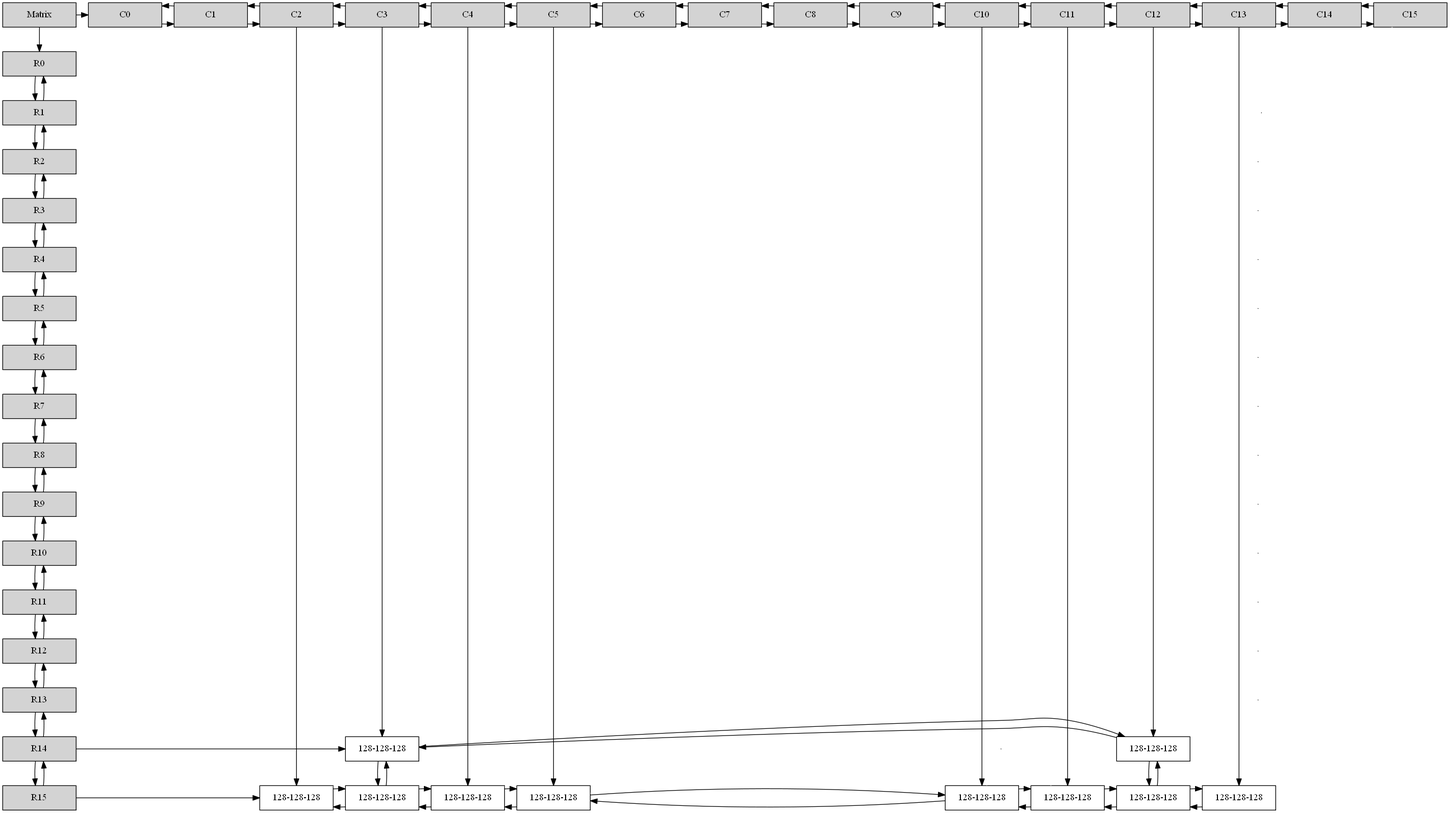
deathstroke021/EDD_2S2019_PY1_201503961 keeps this Graphviz diagram as Structures/traje.png. Above is the earlier version. Its source is kept beside it as Structures/traje.dot. Source of this version:
```dot
digraph Sparce_Matrix {
node [shape=box]
Mt[ label = "Matrix", width = 1.5, style = filled, group = 1 ];
e0[ shape = point, width = 0 ];
e1[ shape = point, width = 0 ];
e2[ shape = point, width = 0 ];
e3[ shape = point, width = 0 ];
e4[ shape = point, width = 0 ];
e5[ shape = point, width = 0 ];
e6[ shape = point, width = 0 ];
e7[ shape = point, width = 0 ];
e8[ shape = point, width = 0 ];
e9[ shape = point, width = 0 ];
e10[ shape = point, width = 0 ];
e11[ shape = point, width = 0 ];
e12[ shape = point, width = 0 ];
e13[ shape = point, width = 0 ];
A0[label ="C0" width = 1.5 style = filled, group =2];
A0->A1;
A1[label ="C1" width = 1.5 style = filled, group =3];
A1->A2;
A1->A0;
A2[label ="C2" width = 1.5 style = filled, group =4];
A2->A3;
A2->A1;
A3[label ="C3" width = 1.5 style = filled, group =5];
A3->A4;
A3->A2;
A4[label ="C4" width = 1.5 style = filled, group =6];
A4->A5;
A4->A3;
A5[label ="C5" width = 1.5 style = filled, group =7];
A5->A6;
A5->A4;
A6[label ="C6" width = 1.5 style = filled, group =8];
A6->A7;
A6->A5;
A7[label ="C7" width = 1.5 style = filled, group =9];
A7->A8;
A7->A6;
A8[label ="C8" width = 1.5 style = filled, group =10];
A8->A9;
A8->A7;
A9[label ="C9" width = 1.5 style = filled, group =11];
A9->A10;
A9->A8;
A10[label ="C10" width = 1.5 style = filled, group =12];
A10->A11;
A10->A9;
A11[label ="C11" width = 1.5 style = filled, group =13];
A11->A12;
A11->A10;
A12[label ="C12" width = 1.5 style = filled, group =14];
A12->A13;
A12->A11;
A13[label ="C13" width = 1.5 style = filled, group =15];
A13->A14;
A13->A12;
A14[label ="C14" width = 1.5 style = filled, group =16];
A14->A15;
A14->A13;
A15[label ="C15" width = 1.5 style = filled, group =17];
A15->A14;
{ rank = same; Mt; A0; A1; A2; A3; A4; A5; A6; A7; A8; A9; A10; A11; A12; A13; A14; A15; }
U0[label = "R0"    width = 1.5 style = filled, group = 1 ];
U0->U1;
U1[label = "R1"    width = 1.5 style = filled, group = 1 ];
U1->U2;
U1->U0;
U2[label = "R2"    width = 1.5 style = filled, group = 1 ];
U2->U3;
U2->U1;
U3[label = "R3"    width = 1.5 style = filled, group = 1 ];
U3->U4;
U3->U2;
U4[label = "R4"    width = 1.5 style = filled, group = 1 ];
U4->U5;
U4->U3;
U5[label = "R5"    width = 1.5 style = filled, group = 1 ];
U5->U6;
U5->U4;
U6[label = "R6"    width = 1.5 style = filled, group = 1 ];
U6->U7;
U6->U5;
U7[label = "R7"    width = 1.5 style = filled, group = 1 ];
U7->U8;
U7->U6;
U8[label = "R8"    width = 1.5 style = filled, group = 1 ];
U8->U9;
U8->U7;
U9[label = "R9"    width = 1.5 style = filled, group = 1 ];
U9->U10;
U9->U8;
U10[label = "R10"    width = 1.5 style = filled, group = 1 ];
U10->U11;
U10->U9;
U11[label = "R11"    width = 1.5 style = filled, group = 1 ];
U11->U12;
U11->U10;
U12[label = "R12"    width = 1.5 style = filled, group = 1 ];
U12->U13;
U12->U11;
U13[label = "R13"    width = 1.5 style = filled, group = 1 ];
U13->U14;
U13->U12;
U14[label = "R14"    width = 1.5 style = filled, group = 1 ];
U14->U15;
U14->U13;
N3_L14 [label = "128-128-128" width = 1.5, group =5];
U14 -> N3_L14;
A3 -> N3_L14;
N12_L14 [label = "128-128-128" width = 1.5, group =14];
N12_L14 -> N3_L14;
N3_L14 -> N12_L14;
A12 -> N12_L14;
{ rank = same; U14;N3_L14;N12_L14;}
U15[label = "R15"    width = 1.5 style = filled, group = 1 ];
U15->U14;
N2_L15 [label = "128-128-128" width = 1.5, group =4];
U15 -> N2_L15;
A2 -> N2_L15;
e13-> N2_L15[dir = none, color = "white"];
N3_L15 [label = "128-128-128" width = 1.5, group =5];
N3_L15 -> N2_L15;
N2_L15 -> N3_L15;
N3_L15 -> N3_L14;
N3_L14 -> N3_L15;
e13-> N3_L15[dir = none, color = "white"];
N4_L15 [label = "128-128-128" width = 1.5, group =6];
N4_L15 -> N3_L15;
N3_L15 -> N4_L15;
A4 -> N4_L15;
e13-> N4_L15[dir = none, color = "white"];
N5_L15 [label = "128-128-128" width = 1.5, group =7];
N5_L15 -> N4_L15;
N4_L15 -> N5_L15;
A5 -> N5_L15;
e13-> N5_L15[dir = none, color = "white"];
N10_L15 [label = "128-128-128" width = 1.5, group =12];
N10_L15 -> N5_L15;
N5_L15 -> N10_L15;
A10 -> N10_L15;
e13-> N10_L15[dir = none, color = "white"];
N11_L15 [label = "128-128-128" width = 1.5, group =13];
N11_L15 -> N10_L15;
N10_L15 -> N11_L15;
A11 -> N11_L15;
e13-> N11_L15[dir = none, color = "white"];
N12_L15 [label = "128-128-128" width = 1.5, group =14];
N12_L15 -> N11_L15;
N11_L15 -> N12_L15;
N12_L15 -> N12_L14;
N12_L14 -> N12_L15;
e13-> N12_L15[dir = none, color = "white"];
N13_L15 [label = "128-128-128" width = 1.5, group =15];
N13_L15 -> N12_L15;
N12_L15 -> N13_L15;
A13 -> N13_L15;
e13-> N13_L15[dir = none, color = "white"];
{ rank = same; U15;N2_L15;N3_L15;N4_L15;N5_L15;N10_L15;N11_L15;N12_L15;N13_L15;}
Mt->U0;
Mt->A0;
{ rank = same; U1; e0}
{ rank = same; U2; e1}
{ rank = same; U3; e2}
{ rank = same; U4; e3}
{ rank = same; U5; e4}
{ rank = same; U6; e5}
{ rank = same; U7; e6}
{ rank = same; U8; e7}
{ rank = same; U9; e8}
{ rank = same; U10; e9}
{ rank = same; U11; e10}
{ rank = same; U12; e11}
{ rank = same; U13; e12}
{ rank = same; U14; e13}
A15-> e0[ dir = none, color = "white" ];
e0-> e1[ dir = none, color = "white" ];
e1-> e2[ dir = none, color = "white" ];
e2-> e3[ dir = none, color = "white" ];
e3-> e4[ dir = none, color = "white" ];
e4-> e5[ dir = none, color = "white" ];
e5-> e6[ dir = none, color = "white" ];
e6-> e7[ dir = none, color = "white" ];
e7-> e8[ dir = none, color = "white" ];
e8-> e9[ dir = none, color = "white" ];
e9-> e10[ dir = none, color = "white" ];
e10-> e11[ dir = none, color = "white" ];
e11-> e12[ dir = none, color = "white" ];
e12-> e13[ dir = none, color = "white" ];
}
```
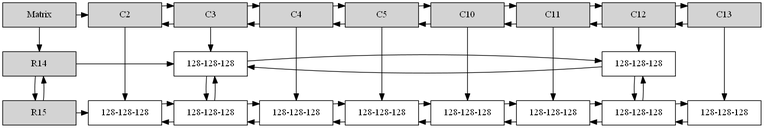
The same diagram one commit later.

The edit, as a diff of the source:
```diff
@@ -1,111 +1,8 @@
 digraph Sparce_Matrix {
 node [shape=box]
 Mt[ label = "Matrix", width = 1.5, style = filled, group = 1 ];
-e0[ shape = point, width = 0 ];
-e1[ shape = point, width = 0 ];
-e2[ shape = point, width = 0 ];
-e3[ shape = point, width = 0 ];
-e4[ shape = point, width = 0 ];
-e5[ shape = point, width = 0 ];
-e6[ shape = point, width = 0 ];
-e7[ shape = point, width = 0 ];
-e8[ shape = point, width = 0 ];
-e9[ shape = point, width = 0 ];
-e10[ shape = point, width = 0 ];
-e11[ shape = point, width = 0 ];
-e12[ shape = point, width = 0 ];
-e13[ shape = point, width = 0 ];
-A0[label ="C0" width = 1.5 style = filled, group =2];
-A0->A1;
-A1[label ="C1" width = 1.5 style = filled, group =3];
-A1->A2;
-A1->A0;
-A2[label ="C2" width = 1.5 style = filled, group =4];
-A2->A3;
-A2->A1;
-A3[label ="C3" width = 1.5 style = filled, group =5];
-A3->A4;
-A3->A2;
-A4[label ="C4" width = 1.5 style = filled, group =6];
-A4->A5;
-A4->A3;
-A5[label ="C5" width = 1.5 style = filled, group =7];
-A5->A6;
-A5->A4;
-A6[label ="C6" width = 1.5 style = filled, group =8];
-A6->A7;
-A6->A5;
-A7[label ="C7" width = 1.5 style = filled, group =9];
-A7->A8;
-A7->A6;
-A8[label ="C8" width = 1.5 style = filled, group =10];
-A8->A9;
-A8->A7;
-A9[label ="C9" width = 1.5 style = filled, group =11];
-A9->A10;
-A9->A8;
-A10[label ="C10" width = 1.5 style = filled, group =12];
-A10->A11;
-A10->A9;
-A11[label ="C11" width = 1.5 style = filled, group =13];
-A11->A12;
-A11->A10;
-A12[label ="C12" width = 1.5 style = filled, group =14];
-A12->A13;
-A12->A11;
-A13[label ="C13" width = 1.5 style = filled, group =15];
-A13->A14;
-A13->A12;
-A14[label ="C14" width = 1.5 style = filled, group =16];
-A14->A15;
-A14->A13;
-A15[label ="C15" width = 1.5 style = filled, group =17];
-A15->A14;
-{ rank = same; Mt; A0; A1; A2; A3; A4; A5; A6; A7; A8; A9; A10; A11; A12; A13; A14; A15; }
-U0[label = "R0"    width = 1.5 style = filled, group = 1 ];
-U0->U1;
-U1[label = "R1"    width = 1.5 style = filled, group = 1 ];
-U1->U2;
-U1->U0;
-U2[label = "R2"    width = 1.5 style = filled, group = 1 ];
-U2->U3;
-U2->U1;
-U3[label = "R3"    width = 1.5 style = filled, group = 1 ];
-U3->U4;
-U3->U2;
-U4[label = "R4"    width = 1.5 style = filled, group = 1 ];
-U4->U5;
-U4->U3;
-U5[label = "R5"    width = 1.5 style = filled, group = 1 ];
-U5->U6;
-U5->U4;
-U6[label = "R6"    width = 1.5 style = filled, group = 1 ];
-U6->U7;
-U6->U5;
-U7[label = "R7"    width = 1.5 style = filled, group = 1 ];
-U7->U8;
-U7->U6;
-U8[label = "R8"    width = 1.5 style = filled, group = 1 ];
-U8->U9;
-U8->U7;
-U9[label = "R9"    width = 1.5 style = filled, group = 1 ];
-U9->U10;
-U9->U8;
-U10[label = "R10"    width = 1.5 style = filled, group = 1 ];
-U10->U11;
-U10->U9;
-U11[label = "R11"    width = 1.5 style = filled, group = 1 ];
-U11->U12;
-U11->U10;
-U12[label = "R12"    width = 1.5 style = filled, group = 1 ];
-U12->U13;
-U12->U11;
-U13[label = "R13"    width = 1.5 style = filled, group = 1 ];
-U13->U14;
-U13->U12;
 U14[label = "R14"    width = 1.5 style = filled, group = 1 ];
-U14->U15;
-U14->U13;
+Mt->U14;
 N3_L14 [label = "128-128-128" width = 1.5, group =5];
 U14 -> N3_L14;
 A3 -> N3_L14;
@@ -115,77 +12,64 @@
 A12 -> N12_L14;
 { rank = same; U14;N3_L14;N12_L14;}
 U15[label = "R15"    width = 1.5 style = filled, group = 1 ];
-U15->U14;
+U15 -> U14;
+U14 -> U15;
 N2_L15 [label = "128-128-128" width = 1.5, group =4];
 U15 -> N2_L15;
 A2 -> N2_L15;
-e13-> N2_L15[dir = none, color = "white"];
 N3_L15 [label = "128-128-128" width = 1.5, group =5];
 N3_L15 -> N2_L15;
 N2_L15 -> N3_L15;
 N3_L15 -> N3_L14;
 N3_L14 -> N3_L15;
-e13-> N3_L15[dir = none, color = "white"];
 N4_L15 [label = "128-128-128" width = 1.5, group =6];
 N4_L15 -> N3_L15;
 N3_L15 -> N4_L15;
 A4 -> N4_L15;
-e13-> N4_L15[dir = none, color = "white"];
 N5_L15 [label = "128-128-128" width = 1.5, group =7];
 N5_L15 -> N4_L15;
 N4_L15 -> N5_L15;
 A5 -> N5_L15;
-e13-> N5_L15[dir = none, color = "white"];
 N10_L15 [label = "128-128-128" width = 1.5, group =12];
 N10_L15 -> N5_L15;
 N5_L15 -> N10_L15;
 A10 -> N10_L15;
-e13-> N10_L15[dir = none, color = "white"];
 N11_L15 [label = "128-128-128" width = 1.5, group =13];
 N11_L15 -> N10_L15;
 N10_L15 -> N11_L15;
 A11 -> N11_L15;
-e13-> N11_L15[dir = none, color = "white"];
 N12_L15 [label = "128-128-128" width = 1.5, group =14];
 N12_L15 -> N11_L15;
 N11_L15 -> N12_L15;
 N12_L15 -> N12_L14;
 N12_L14 -> N12_L15;
-e13-> N12_L15[dir = none, color = "white"];
 N13_L15 [label = "128-128-128" width = 1.5, group =15];
 N13_L15 -> N12_L15;
 N12_L15 -> N13_L15;
 A13 -> N13_L15;
-e13-> N13_L15[dir = none, color = "white"];
 { rank = same; U15;N2_L15;N3_L15;N4_L15;N5_L15;N10_L15;N11_L15;N12_L15;N13_L15;}
-Mt->U0;
-Mt->A0;
-{ rank = same; U1; e0}
-{ rank = same; U2; e1}
-{ rank = same; U3; e2}
-{ rank = same; U4; e3}
-{ rank = same; U5; e4}
-{ rank = same; U6; e5}
-{ rank = same; U7; e6}
-{ rank = same; U8; e7}
-{ rank = same; U9; e8}
-{ rank = same; U10; e9}
-{ rank = same; U11; e10}
-{ rank = same; U12; e11}
-{ rank = same; U13; e12}
-{ rank = same; U14; e13}
-A15-> e0[ dir = none, color = "white" ];
-e0-> e1[ dir = none, color = "white" ];
-e1-> e2[ dir = none, color = "white" ];
-e2-> e3[ dir = none, color = "white" ];
-e3-> e4[ dir = none, color = "white" ];
-e4-> e5[ dir = none, color = "white" ];
-e5-> e6[ dir = none, color = "white" ];
-e6-> e7[ dir = none, color = "white" ];
-e7-> e8[ dir = none, color = "white" ];
-e8-> e9[ dir = none, color = "white" ];
-e9-> e10[ dir = none, color = "white" ];
-e10-> e11[ dir = none, color = "white" ];
-e11-> e12[ dir = none, color = "white" ];
-e12-> e13[ dir = none, color = "white" ];
+A2[label ="C2" width = 1.5 style = filled, group =2];
+Mt->A2;
+A3[label ="C3" width = 1.5 style = filled, group =3];
+A3->A2;
+A2->A3;
+A4[label ="C4" width = 1.5 style = filled, group =4];
+A4->A3;
+A3->A4;
+A5[label ="C5" width = 1.5 style = filled, group =5];
+A5->A4;
+A4->A5;
+A10[label ="C10" width = 1.5 style = filled, group =6];
+A10->A5;
+A5->A10;
+A11[label ="C11" width = 1.5 style = filled, group =7];
+A11->A10;
+A10->A11;
+A12[label ="C12" width = 1.5 style = filled, group =8];
+A12->A11;
+A11->A12;
+A13[label ="C13" width = 1.5 style = filled, group =9];
+A13->A12;
+A12->A13;
+{ rank = same; Mt; A2; A3; A4; A5; A10; A11; A12; A13; }
 }
```
